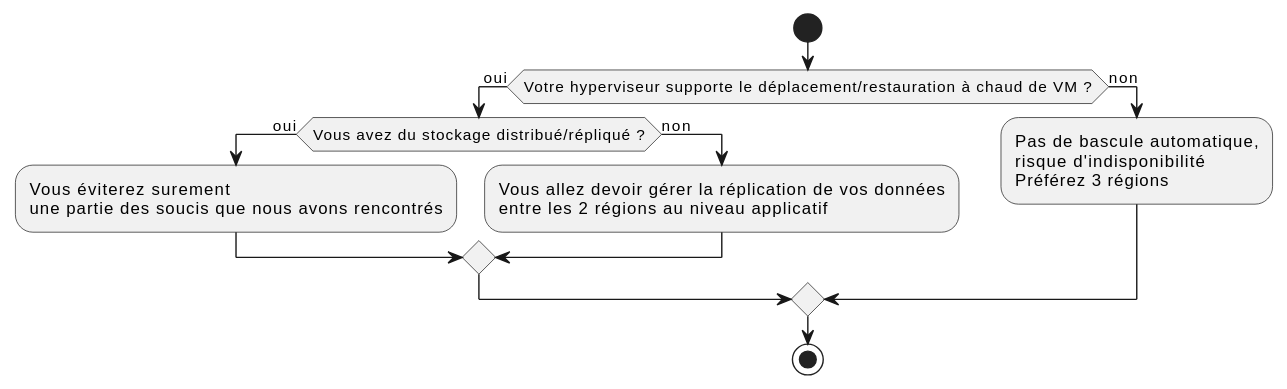
Before: images/099-conclusion.svg, a diagram exported from PlantUML (sylvainmetayer/talk-k8s-2-az). Its source is kept beside it as diagrams/099-conclusion.puml.
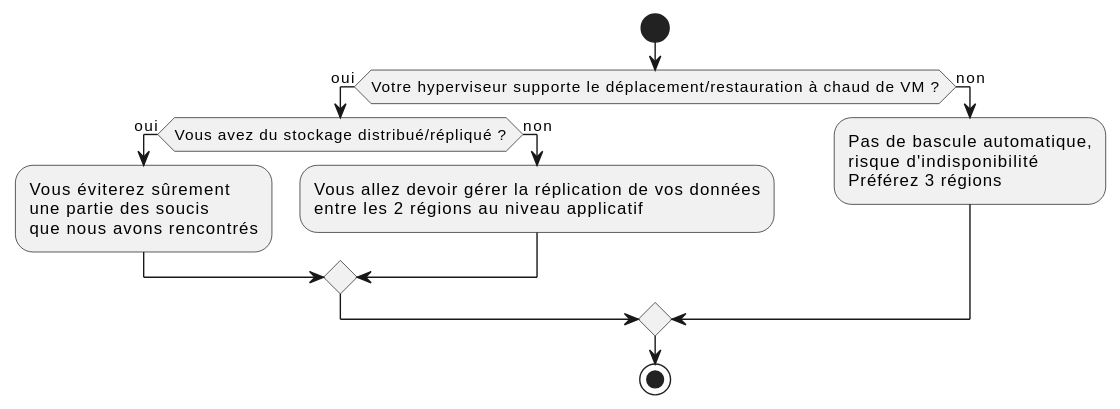
The same file after the commit.

Diff of the diagram source:
```diff
@@ -4,7 +4,7 @@
 
 if (Votre hyperviseur supporte le déplacement/restauration à chaud de VM ?) then (oui)
     if (Vous avez du stockage distribué/répliqué ?) then (oui)
-      :Vous éviterez surement\nune partie des soucis que nous avons rencontrés;
+      :Vous éviterez sûrement\nune partie des soucis \nque nous avons rencontrés;
     else (non)
       :Vous allez devoir gérer la réplication de vos données\nentre les 2 régions au niveau applicatif;
     endif
```
